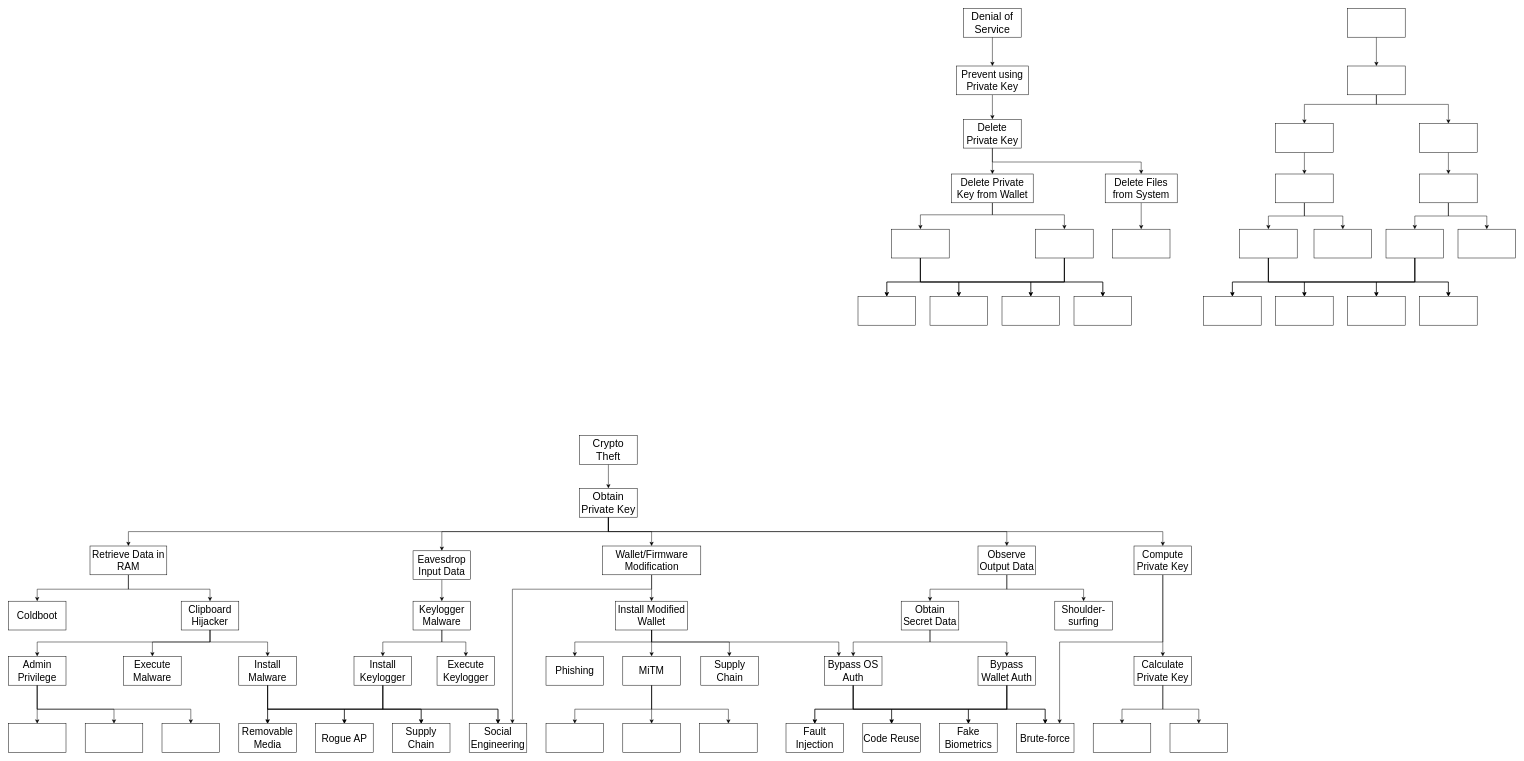
Earlier version of the draw.io diagram page "attack-tree" (13 of 13) of assets/crypto-wallets.drawio (xujiahuayz/crypto-wallets). Source tidied: cells renumbered, new cells numbered last; positions are measured from the earlier drawing's top-left corner, leaving out a move shared by most shapes. Both pictures are drawn from the tidied source at 48%, with x=0, y=0 at pixel (8, 8).
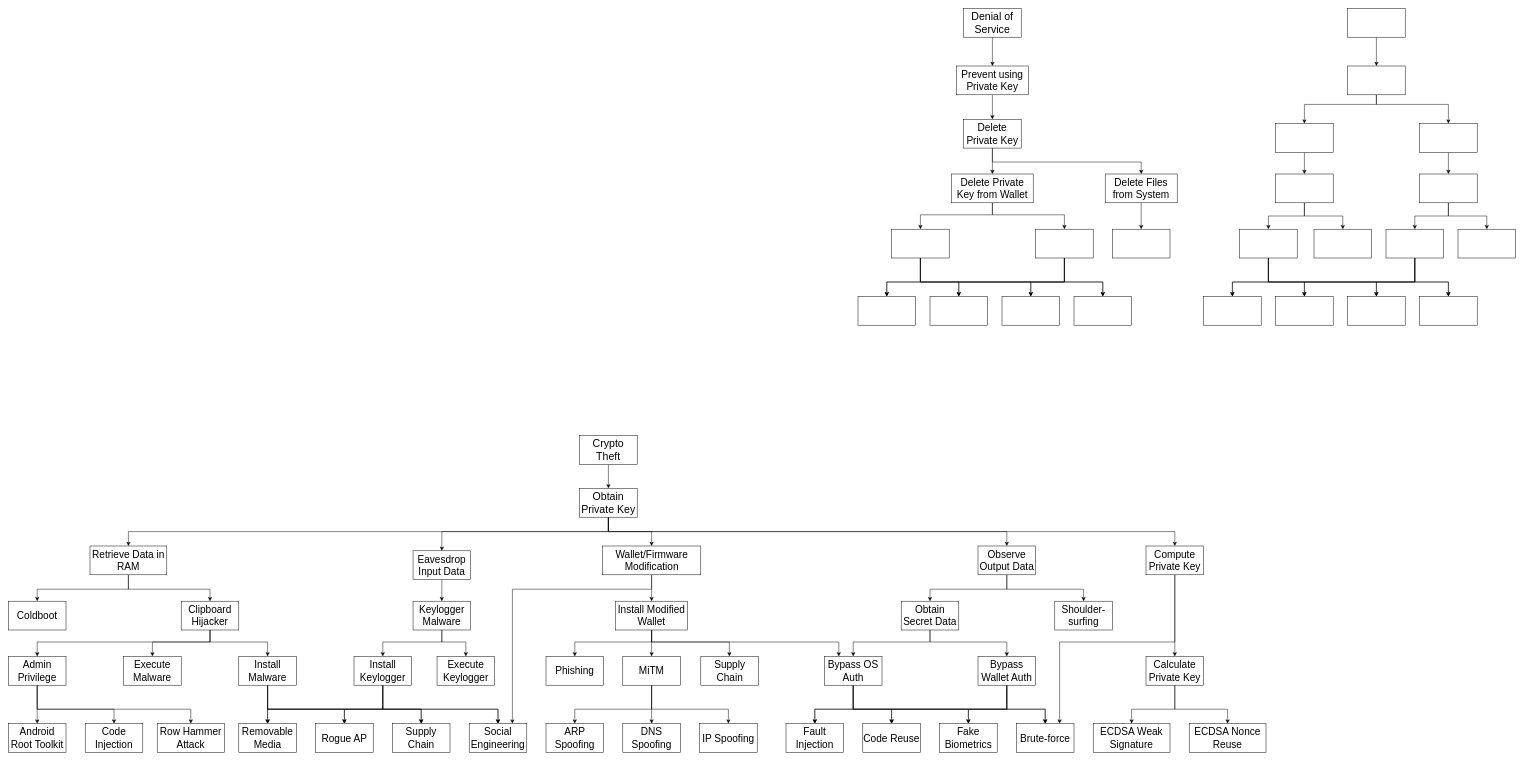
After the change.

The change refers to these unchanged cells:
```xml
<mxCell id="5" value="&lt;font style=&quot;font-size: 21px;&quot;&gt;Brute-force&lt;/font&gt;" style="rounded=0;whiteSpace=wrap;html=1;" parent="1" vertex="1">
  <mxGeometry x="2100" y="1490" width="120" height="60" as="geometry" />
</mxCell>
```

Change to the diagram source:
```diff
@@
-    <mxCell id="122" style="rounded=0;whiteSpace=wrap;html=1;" parent="1" vertex="1">
+    <mxCell id="122" value="&lt;font style=&quot;font-size: 21px;&quot;&gt;Android Root Toolkit&lt;/font&gt;" style="rounded=0;whiteSpace=wrap;html=1;" parent="1" vertex="1">
       <mxGeometry y="1490" width="120" height="60" as="geometry" />
     </mxCell>
-    <mxCell id="123" style="rounded=0;whiteSpace=wrap;html=1;" parent="1" vertex="1">
+    <mxCell id="123" value="&lt;font style=&quot;font-size: 21px;&quot;&gt;Code Injection&lt;/font&gt;" style="rounded=0;whiteSpace=wrap;html=1;" parent="1" vertex="1">
       <mxGeometry x="160" y="1490" width="120" height="60" as="geometry" />
     </mxCell>
-    <mxCell id="124" style="rounded=0;whiteSpace=wrap;html=1;" parent="1" vertex="1">
-      <mxGeometry x="320" y="1490" width="120" height="60" as="geometry" />
+    <mxCell id="124" value="&lt;font style=&quot;font-size: 21px;&quot;&gt;Row Hammer Attack&lt;/font&gt;" style="rounded=0;whiteSpace=wrap;html=1;" parent="1" vertex="1">
+      <mxGeometry x="310" y="1490" width="140" height="60" as="geometry" />
     </mxCell>
@@
-    <mxCell id="128" style="rounded=0;whiteSpace=wrap;html=1;" parent="1" vertex="1">
+    <mxCell id="128" value="&lt;font style=&quot;font-size: 21px;&quot;&gt;ARP Spoofing&lt;/font&gt;" style="rounded=0;whiteSpace=wrap;html=1;" parent="1" vertex="1">
       <mxGeometry x="1120" y="1490" width="120" height="60" as="geometry" />
     </mxCell>
-    <mxCell id="129" style="rounded=0;whiteSpace=wrap;html=1;" parent="1" vertex="1">
+    <mxCell id="129" value="&lt;font style=&quot;font-size: 21px;&quot;&gt;DNS Spoofing&lt;/font&gt;" style="rounded=0;whiteSpace=wrap;html=1;" parent="1" vertex="1">
       <mxGeometry x="1280" y="1490" width="120" height="60" as="geometry" />
     </mxCell>
-    <mxCell id="130" style="rounded=0;whiteSpace=wrap;html=1;" parent="1" vertex="1">
+    <mxCell id="130" value="&lt;font style=&quot;font-size: 21px;&quot;&gt;IP Spoofing&lt;/font&gt;" style="rounded=0;whiteSpace=wrap;html=1;" parent="1" vertex="1">
       <mxGeometry x="1440" y="1490" width="120" height="60" as="geometry" />
     </mxCell>
@@
-    <mxCell id="142" style="rounded=0;whiteSpace=wrap;html=1;" parent="1" vertex="1">
-      <mxGeometry x="2260" y="1490" width="120" height="60" as="geometry" />
+    <mxCell id="142" value="&lt;font style=&quot;font-size: 21px;&quot;&gt;ECDSA Weak Signature&lt;/font&gt;" style="rounded=0;whiteSpace=wrap;html=1;" parent="1" vertex="1">
+      <mxGeometry x="2260" y="1490" width="160" height="60" as="geometry" />
     </mxCell>
-    <mxCell id="143" style="rounded=0;whiteSpace=wrap;html=1;" parent="1" vertex="1">
-      <mxGeometry x="2420" y="1490" width="120" height="60" as="geometry" />
+    <mxCell id="143" value="&lt;font style=&quot;font-size: 21px;&quot;&gt;ECDSA Nonce Reuse&lt;/font&gt;" style="rounded=0;whiteSpace=wrap;html=1;" parent="1" vertex="1">
+      <mxGeometry x="2460" y="1490" width="160" height="60" as="geometry" />
     </mxCell>
     <mxCell id="144" style="edgeStyle=orthogonalEdgeStyle;rounded=0;jettySize=auto;html=1;entryX=0.75;entryY=0;entryDx=0;entryDy=0;" parent="1" edge="1" source="146" target="5">
       <mxGeometry relative="1" as="geometry">
         <Array as="points">
-          <mxPoint x="2405" y="1320" />
+          <mxPoint x="2430" y="1320" />
           <mxPoint x="2190" y="1320" />
         </Array>
       </mxGeometry>
     </mxCell>
@@
     <mxCell id="146" value="&lt;font style=&quot;font-size: 21px;&quot;&gt;Compute Private Key&lt;/font&gt;" style="rounded=0;whiteSpace=wrap;html=1;" parent="1" vertex="1">
-      <mxGeometry x="2345" y="1120" width="120" height="60" as="geometry" />
+      <mxGeometry x="2370" y="1120" width="120" height="60" as="geometry" />
     </mxCell>
-    <mxCell id="147" style="edgeStyle=orthogonalEdgeStyle;rounded=0;jettySize=auto;html=1;" parent="1" edge="1" source="149" target="142">
+    <mxCell id="147" style="edgeStyle=orthogonalEdgeStyle;rounded=0;jettySize=auto;html=1;entryX=0.5;entryY=0;entryDx=0;entryDy=0;" parent="1" edge="1" source="149" target="142">
       <mxGeometry relative="1" as="geometry">
         <Array as="points">
-          <mxPoint x="2405" y="1460" />
-          <mxPoint x="2320" y="1460" />
+          <mxPoint x="2430" y="1460" />
+          <mxPoint x="2340" y="1460" />
         </Array>
       </mxGeometry>
     </mxCell>
     <mxCell id="148" style="edgeStyle=orthogonalEdgeStyle;rounded=0;jettySize=auto;html=1;entryX=0.5;entryY=0;entryDx=0;entryDy=0;" parent="1" edge="1" source="149" target="143">
       <mxGeometry relative="1" as="geometry">
         <Array as="points">
-          <mxPoint x="2405" y="1460" />
-          <mxPoint x="2480" y="1460" />
+          <mxPoint x="2430" y="1460" />
+          <mxPoint x="2540" y="1460" />
         </Array>
       </mxGeometry>
     </mxCell>
     <mxCell id="149" value="&lt;font style=&quot;font-size: 21px;&quot;&gt;Calculate Private Key&lt;/font&gt;" style="rounded=0;whiteSpace=wrap;html=1;" parent="1" vertex="1">
-      <mxGeometry x="2345" y="1350" width="120" height="60" as="geometry" />
+      <mxGeometry x="2370" y="1350" width="120" height="60" as="geometry" />
     </mxCell>
```
